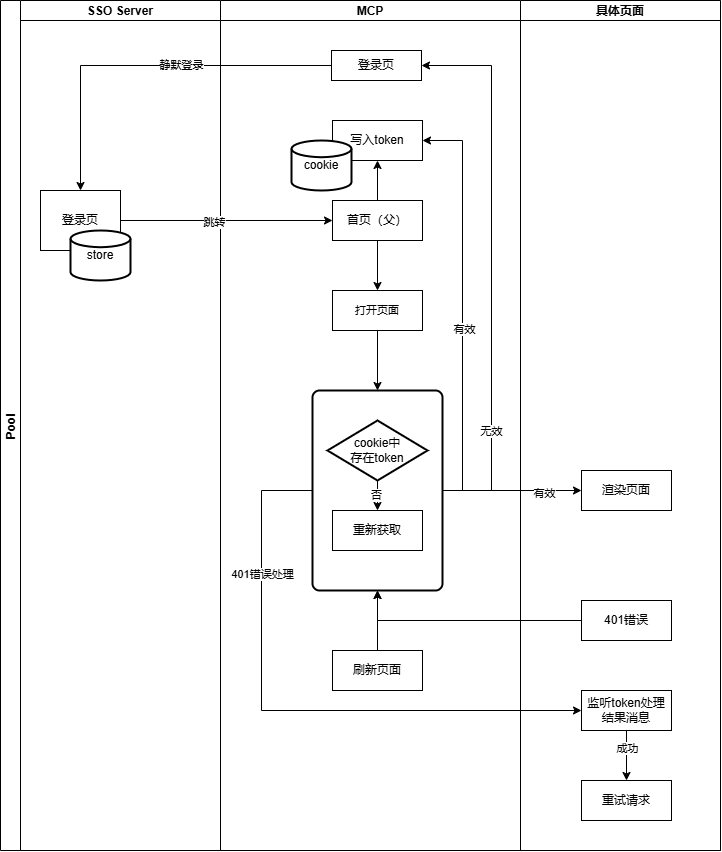
The draw.io diagram oidc访问令牌流程.drawio.png in stonefromsky/workflowchart, before a commit. Source tidied: cells renumbered, new cells last; positions are measured from the earlier drawing's top-left corner, leaving out a move shared by most shapes.
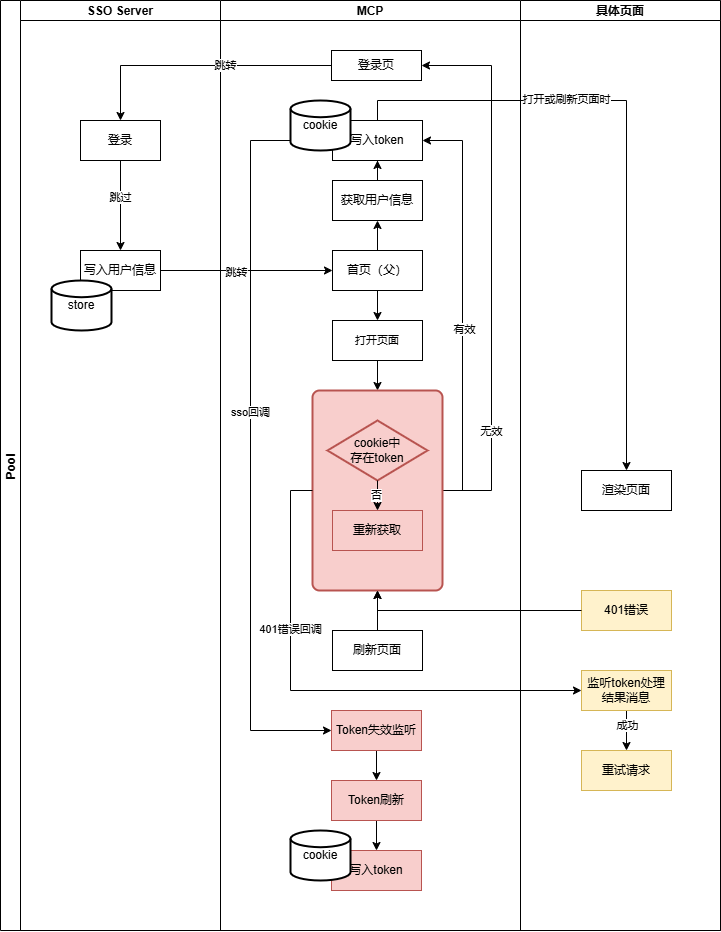
After the change.

Commit message:
已添加 oidc访问令牌流程.drawio.png

What changed in the source:
```diff
@@ -3,19 +3,28 @@
     <mxCell id="0" />
     <mxCell id="1" parent="0" />
     <mxCell id="2" value="Pool" style="swimlane;startSize=20;horizontal=0;" parent="1" vertex="1">
-      <mxGeometry width="720" height="850" as="geometry" />
+      <mxGeometry width="720" height="930" as="geometry" />
     </mxCell>
     <mxCell id="3" value="SSO Server" style="swimlane;startSize=20;" parent="2" vertex="1">
-      <mxGeometry x="20" width="200" height="850" as="geometry" />
+      <mxGeometry x="20" width="200" height="930" as="geometry" />
     </mxCell>
+    <mxCell id="42" style="edgeStyle=orthogonalEdgeStyle;rounded=0;jettySize=auto;html=1;entryX=0.5;entryY=0;entryDx=0;entryDy=0;" parent="3" edge="1" source="4" target="44">
+      <mxGeometry relative="1" as="geometry" />
+    </mxCell>
+    <mxCell id="43" value="跳过" style="edgeLabel;html=1;align=center;verticalAlign=middle;" parent="42" vertex="1">
+      <mxGeometry x="-0.18" relative="1" as="geometry" />
+    </mxCell>
-    <mxCell id="4" value="登录页" style="rounded=0;whiteSpace=wrap;html=1;" parent="3" vertex="1">
-      <mxGeometry x="20" y="190" width="80" height="60" as="geometry" />
+    <mxCell id="4" value="登录" style="rounded=0;whiteSpace=wrap;html=1;" parent="3" vertex="1">
+      <mxGeometry x="60" y="120" width="80" height="40" as="geometry" />
     </mxCell>
+    <mxCell id="44" value="写入用户信息" style="rounded=0;whiteSpace=wrap;html=1;" parent="3" vertex="1">
+      <mxGeometry x="60" y="250" width="80" height="40" as="geometry" />
+    </mxCell>
     <mxCell id="5" value="store" style="strokeWidth=2;html=1;shape=mxgraph.flowchart.database;whiteSpace=wrap;" parent="3" vertex="1">
-      <mxGeometry x="50" y="230" width="60" height="50" as="geometry" />
+      <mxGeometry x="31" y="280" width="60" height="50" as="geometry" />
     </mxCell>
     <mxCell id="6" value="MCP" style="swimlane;startSize=20;" parent="2" vertex="1">
-      <mxGeometry x="220" width="300" height="850" as="geometry" />
+      <mxGeometry x="220" width="300" height="930" as="geometry" />
     </mxCell>
     <mxCell id="7" value="登录页" style="rounded=0;whiteSpace=wrap;html=1;" parent="6" vertex="1">
       <mxGeometry x="111" y="50" width="90" height="30" as="geometry" />
@@ -23,23 +32,34 @@
     <mxCell id="8" style="edgeStyle=orthogonalEdgeStyle;rounded=0;jettySize=auto;html=1;entryX=0.5;entryY=0;entryDx=0;entryDy=0;" parent="6" edge="1" source="10" target="12">
       <mxGeometry relative="1" as="geometry" />
     </mxCell>
-    <mxCell id="9" style="edgeStyle=orthogonalEdgeStyle;rounded=0;jettySize=auto;html=1;entryX=0.5;entryY=1;entryDx=0;entryDy=0;" parent="6" edge="1" source="10" target="13">
+    <mxCell id="9" style="edgeStyle=orthogonalEdgeStyle;rounded=0;jettySize=auto;html=1;entryX=0.5;entryY=1;entryDx=0;entryDy=0;" parent="6" edge="1" source="10" target="49">
       <mxGeometry relative="1" as="geometry" />
     </mxCell>
     <mxCell id="10" value="首页（父）" style="rounded=0;whiteSpace=wrap;html=1;" parent="6" vertex="1">
-      <mxGeometry x="112" y="200" width="90" height="40" as="geometry" />
+      <mxGeometry x="112" y="250" width="90" height="40" as="geometry" />
     </mxCell>
     <mxCell id="11" style="edgeStyle=orthogonalEdgeStyle;rounded=0;jettySize=auto;html=1;entryX=0.5;entryY=0;entryDx=0;entryDy=0;" parent="6" edge="1" source="12" target="19">
       <mxGeometry relative="1" as="geometry" />
     </mxCell>
     <mxCell id="12" value="&lt;span style=&quot;font-size: 11px; text-wrap-mode: nowrap; background-color: rgb(255, 255, 255);&quot;&gt;打开页面&lt;/span&gt;" style="rounded=0;whiteSpace=wrap;html=1;" parent="6" vertex="1">
-      <mxGeometry x="112" y="290" width="90" height="40" as="geometry" />
+      <mxGeometry x="112" y="320" width="90" height="40" as="geometry" />
     </mxCell>
+    <mxCell id="45" style="edgeStyle=orthogonalEdgeStyle;rounded=0;jettySize=auto;html=1;entryX=0;entryY=0.5;entryDx=0;entryDy=0;exitX=0;exitY=0.5;exitDx=0;exitDy=0;" parent="6" edge="1" source="13" target="24">
+      <mxGeometry relative="1" as="geometry">
+        <Array as="points">
+          <mxPoint x="30" y="140" />
+          <mxPoint x="30" y="730" />
+        </Array>
+      </mxGeometry>
+    </mxCell>
+    <mxCell id="46" value="sso回调" style="edgeLabel;html=1;align=center;verticalAlign=middle;" parent="45" vertex="1">
+      <mxGeometry x="-0.06" relative="1" as="geometry" />
+    </mxCell>
     <mxCell id="13" value="写入token" style="rounded=0;whiteSpace=wrap;html=1;" parent="6" vertex="1">
       <mxGeometry x="112" y="120" width="90" height="40" as="geometry" />
     </mxCell>
     <mxCell id="14" value="cookie" style="strokeWidth=2;html=1;shape=mxgraph.flowchart.database;whiteSpace=wrap;" parent="6" vertex="1">
-      <mxGeometry x="71" y="140" width="60" height="50" as="geometry" />
+      <mxGeometry x="70" y="100" width="60" height="50" as="geometry" />
     </mxCell>
     <mxCell id="15" style="edgeStyle=orthogonalEdgeStyle;rounded=0;jettySize=auto;html=1;entryX=1;entryY=0.5;entryDx=0;entryDy=0;exitX=1;exitY=0.5;exitDx=0;exitDy=0;" parent="6" edge="1" source="19" target="7">
       <mxGeometry relative="1" as="geometry">
@@ -58,10 +78,10 @@
     <mxCell id="18" value="有效" style="edgeLabel;html=1;align=center;verticalAlign=middle;" parent="17" vertex="1">
       <mxGeometry x="-0.11" y="-2" relative="1" as="geometry" />
     </mxCell>
-    <mxCell id="19" style="rounded=1;whiteSpace=wrap;html=1;absoluteArcSize=1;arcSize=14;strokeWidth=2;align=left;" parent="6" vertex="1">
+    <mxCell id="19" style="rounded=1;whiteSpace=wrap;html=1;absoluteArcSize=1;arcSize=14;strokeWidth=2;align=left;fillColor=#f8cecc;strokeColor=#b85450;" parent="6" vertex="1">
       <mxGeometry x="92" y="390" width="130" height="200" as="geometry" />
     </mxCell>
-    <mxCell id="20" value="cookie中&lt;br&gt;存在token" style="strokeWidth=2;html=1;shape=mxgraph.flowchart.decision;whiteSpace=wrap;" parent="6" vertex="1">
+    <mxCell id="20" value="cookie中&lt;br&gt;存在token" style="strokeWidth=2;html=1;shape=mxgraph.flowchart.decision;whiteSpace=wrap;fillColor=#f8cecc;strokeColor=#b85450;" parent="6" vertex="1">
       <mxGeometry x="107" y="420" width="100" height="60" as="geometry" />
     </mxCell>
     <mxCell id="21" style="edgeStyle=orthogonalEdgeStyle;rounded=0;jettySize=auto;html=1;" parent="6" edge="1" source="20" target="23">
@@ -70,23 +90,47 @@
     <mxCell id="22" value="否" style="edgeLabel;html=1;align=center;verticalAlign=middle;" parent="21" vertex="1">
       <mxGeometry x="-0.4" y="-1" relative="1" as="geometry" />
     </mxCell>
-    <mxCell id="23" value="重新获取" style="rounded=0;whiteSpace=wrap;html=1;" parent="6" vertex="1">
+    <mxCell id="23" value="重新获取" style="rounded=0;whiteSpace=wrap;html=1;fillColor=#f8cecc;strokeColor=#b85450;" parent="6" vertex="1">
       <mxGeometry x="112" y="510" width="90" height="40" as="geometry" />
     </mxCell>
+    <mxCell id="47" style="edgeStyle=orthogonalEdgeStyle;rounded=0;jettySize=auto;html=1;entryX=0.5;entryY=0;entryDx=0;entryDy=0;" parent="6" edge="1" source="24" target="53">
+      <mxGeometry relative="1" as="geometry" />
+    </mxCell>
-    <mxCell id="24" value="刷新页面" style="rounded=0;whiteSpace=wrap;html=1;" parent="6" vertex="1">
-      <mxGeometry x="112" y="650" width="90" height="40" as="geometry" />
+    <mxCell id="24" value="Token失效监听" style="rounded=0;whiteSpace=wrap;html=1;fillColor=#f8cecc;strokeColor=#b85450;" parent="6" vertex="1">
+      <mxGeometry x="111" y="710" width="90" height="40" as="geometry" />
     </mxCell>
-    <mxCell id="25" style="edgeStyle=orthogonalEdgeStyle;rounded=0;jettySize=auto;html=1;entryX=0.5;entryY=1;entryDx=0;entryDy=0;" parent="6" edge="1" source="24" target="19">
-      <mxGeometry relative="1" as="geometry" />
-    </mxCell>
+    <mxCell id="48" style="edgeStyle=orthogonalEdgeStyle;rounded=0;jettySize=auto;html=1;entryX=0.5;entryY=1;entryDx=0;entryDy=0;" parent="6" edge="1" source="49" target="13">
+      <mxGeometry relative="1" as="geometry" />
+    </mxCell>
+    <mxCell id="49" value="获取用户信息" style="rounded=0;whiteSpace=wrap;html=1;" parent="6" vertex="1">
+      <mxGeometry x="112" y="180" width="90" height="40" as="geometry" />
+    </mxCell>
+    <mxCell id="50" style="edgeStyle=orthogonalEdgeStyle;rounded=0;jettySize=auto;html=1;entryX=0.5;entryY=1;entryDx=0;entryDy=0;" parent="6" edge="1" source="51" target="19">
+      <mxGeometry relative="1" as="geometry" />
+    </mxCell>
+    <mxCell id="51" value="刷新页面" style="rounded=0;whiteSpace=wrap;html=1;" parent="6" vertex="1">
+      <mxGeometry x="112" y="630" width="90" height="40" as="geometry" />
+    </mxCell>
+    <mxCell id="52" style="edgeStyle=orthogonalEdgeStyle;rounded=0;jettySize=auto;html=1;" parent="6" edge="1" source="53" target="54">
+      <mxGeometry relative="1" as="geometry" />
+    </mxCell>
+    <mxCell id="53" value="Token刷新" style="rounded=0;whiteSpace=wrap;html=1;fillColor=#f8cecc;strokeColor=#b85450;" parent="6" vertex="1">
+      <mxGeometry x="111" y="780" width="90" height="40" as="geometry" />
+    </mxCell>
+    <mxCell id="54" value="写入token" style="rounded=0;whiteSpace=wrap;html=1;fillColor=#f8cecc;strokeColor=#b85450;" parent="6" vertex="1">
+      <mxGeometry x="111" y="850" width="90" height="40" as="geometry" />
+    </mxCell>
+    <mxCell id="55" value="cookie" style="strokeWidth=2;html=1;shape=mxgraph.flowchart.database;whiteSpace=wrap;" parent="6" vertex="1">
+      <mxGeometry x="70" y="830" width="60" height="50" as="geometry" />
+    </mxCell>
     <mxCell id="26" value="具体页面" style="swimlane;startSize=20;" parent="2" vertex="1">
-      <mxGeometry x="520" width="200" height="850" as="geometry" />
+      <mxGeometry x="520" width="200" height="930" as="geometry" />
     </mxCell>
     <mxCell id="27" value="渲染页面" style="rounded=0;whiteSpace=wrap;html=1;" parent="26" vertex="1">
       <mxGeometry x="61" y="470" width="90" height="40" as="geometry" />
     </mxCell>
-    <mxCell id="28" value="401错误" style="rounded=0;whiteSpace=wrap;html=1;" parent="26" vertex="1">
-      <mxGeometry x="61" y="600" width="90" height="40" as="geometry" />
+    <mxCell id="28" value="401错误" style="rounded=0;whiteSpace=wrap;html=1;fillColor=#fff2cc;strokeColor=#d6b656;" parent="26" vertex="1">
+      <mxGeometry x="61" y="590" width="90" height="40" as="geometry" />
     </mxCell>
     <mxCell id="29" style="edgeStyle=orthogonalEdgeStyle;rounded=0;jettySize=auto;html=1;entryX=0.5;entryY=0;entryDx=0;entryDy=0;exitX=0.5;exitY=1;exitDx=0;exitDy=0;" parent="26" edge="1" source="31" target="32">
       <mxGeometry relative="1" as="geometry" />
@@ -94,43 +138,45 @@
     <mxCell id="30" value="成功" style="edgeLabel;html=1;align=center;verticalAlign=middle;" parent="29" vertex="1">
       <mxGeometry x="-0.3" y="1" relative="1" as="geometry" />
     </mxCell>
-    <mxCell id="31" value="监听token处理结果消息" style="rounded=0;whiteSpace=wrap;html=1;" parent="26" vertex="1">
-      <mxGeometry x="61" y="690" width="90" height="40" as="geometry" />
+    <mxCell id="31" value="监听token处理结果消息" style="rounded=0;whiteSpace=wrap;html=1;fillColor=#fff2cc;strokeColor=#d6b656;" parent="26" vertex="1">
+      <mxGeometry x="61" y="670" width="90" height="40" as="geometry" />
     </mxCell>
-    <mxCell id="32" value="重试请求" style="rounded=0;whiteSpace=wrap;html=1;" parent="26" vertex="1">
-      <mxGeometry x="61" y="780" width="90" height="40" as="geometry" />
+    <mxCell id="32" value="重试请求" style="rounded=0;whiteSpace=wrap;html=1;fillColor=#fff2cc;strokeColor=#d6b656;" parent="26" vertex="1">
+      <mxGeometry x="61" y="750" width="90" height="40" as="geometry" />
     </mxCell>
     <mxCell id="33" style="edgeStyle=orthogonalEdgeStyle;rounded=0;jettySize=auto;html=1;entryX=0.5;entryY=0;entryDx=0;entryDy=0;" parent="2" edge="1" source="7" target="4">
       <mxGeometry relative="1" as="geometry" />
     </mxCell>
-    <mxCell id="34" value="静默登录" style="edgeLabel;html=1;align=center;verticalAlign=middle;" parent="33" vertex="1">
+    <mxCell id="34" value="跳转" style="edgeLabel;html=1;align=center;verticalAlign=middle;" parent="33" vertex="1">
       <mxGeometry x="-0.2" relative="1" as="geometry" />
     </mxCell>
-    <mxCell id="35" style="edgeStyle=orthogonalEdgeStyle;rounded=0;jettySize=auto;html=1;entryX=0;entryY=0.5;entryDx=0;entryDy=0;" parent="2" edge="1" source="4" target="10">
+    <mxCell id="35" style="edgeStyle=orthogonalEdgeStyle;rounded=0;jettySize=auto;html=1;entryX=0;entryY=0.5;entryDx=0;entryDy=0;exitX=1;exitY=0.5;exitDx=0;exitDy=0;" parent="2" edge="1" source="44" target="10">
       <mxGeometry relative="1" as="geometry" />
     </mxCell>
     <mxCell id="36" value="跳转" style="edgeLabel;html=1;align=center;verticalAlign=middle;" parent="35" vertex="1">
       <mxGeometry x="-0.12" y="-2" relative="1" as="geometry" />
     </mxCell>
-    <mxCell id="37" style="edgeStyle=orthogonalEdgeStyle;rounded=0;jettySize=auto;html=1;entryX=0;entryY=0.5;entryDx=0;entryDy=0;" parent="2" edge="1" source="19" target="27">
-      <mxGeometry relative="1" as="geometry" />
-    </mxCell>
-    <mxCell id="38" value="有效" style="edgeLabel;html=1;align=center;verticalAlign=middle;" parent="37" vertex="1">
-      <mxGeometry x="0.47" y="-3" relative="1" as="geometry" />
-    </mxCell>
     <mxCell id="39" style="edgeStyle=orthogonalEdgeStyle;rounded=0;jettySize=auto;html=1;entryX=0.5;entryY=1;entryDx=0;entryDy=0;" parent="2" edge="1" source="28" target="19">
       <mxGeometry relative="1" as="geometry" />
     </mxCell>
     <mxCell id="40" style="edgeStyle=orthogonalEdgeStyle;rounded=0;jettySize=auto;html=1;entryX=0;entryY=0.5;entryDx=0;entryDy=0;exitX=0;exitY=0.5;exitDx=0;exitDy=0;" parent="2" edge="1" source="19" target="31">
       <mxGeometry relative="1" as="geometry">
         <Array as="points">
-          <mxPoint x="261" y="490" />
-          <mxPoint x="261" y="710" />
+          <mxPoint x="290" y="490" />
+          <mxPoint x="290" y="690" />
         </Array>
       </mxGeometry>
     </mxCell>
-    <mxCell id="41" value="401错误处理" style="edgeLabel;html=1;align=center;verticalAlign=middle;" parent="40" vertex="1">
-      <mxGeometry x="-0.55" y="1" relative="1" as="geometry" />
-    </mxCell>
+    <mxCell id="56" value="401错误回调" style="edgeLabel;html=1;align=center;verticalAlign=middle;" parent="40" vertex="1">
+      <mxGeometry x="-0.37" relative="1" as="geometry" />
+    </mxCell>
+    <mxCell id="57" style="edgeStyle=orthogonalEdgeStyle;rounded=0;jettySize=auto;html=1;entryX=0.5;entryY=0;entryDx=0;entryDy=0;exitX=0.5;exitY=0;exitDx=0;exitDy=0;" parent="2" edge="1" source="13" target="27">
+      <mxGeometry relative="1" as="geometry" />
+    </mxCell>
+    <mxCell id="58" value="打开或刷新页面时" style="edgeLabel;html=1;align=center;verticalAlign=middle;" parent="57" vertex="1">
+      <mxGeometry x="-0.35" relative="1" as="geometry">
+        <mxPoint y="-1" as="offset" />
+      </mxGeometry>
+    </mxCell>
   </root>
 </mxGraphModel>
```
